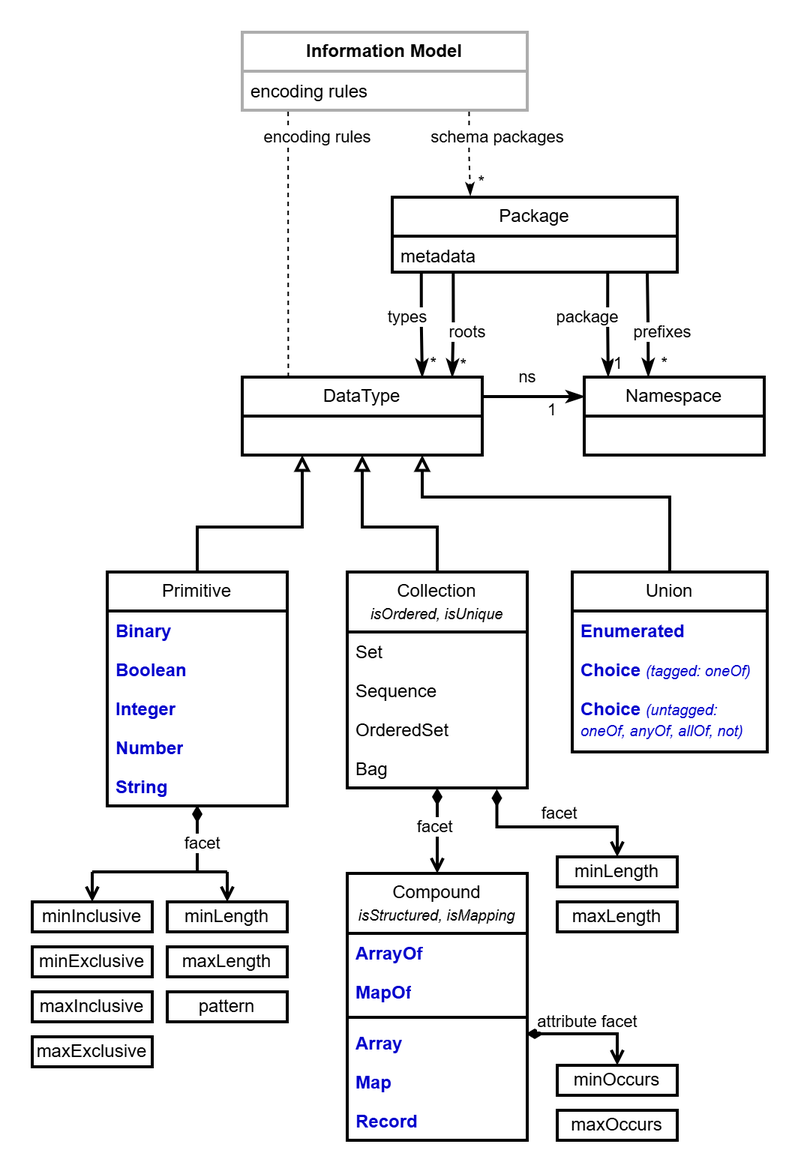
Above: images/im.drawio.png in oasis-tcs/openc2-jadn (draw.io), before the change. Source tidied: cells renumbered, new cells last; positions are measured from the earlier drawing's top-left corner, leaving out a move shared by most shapes.
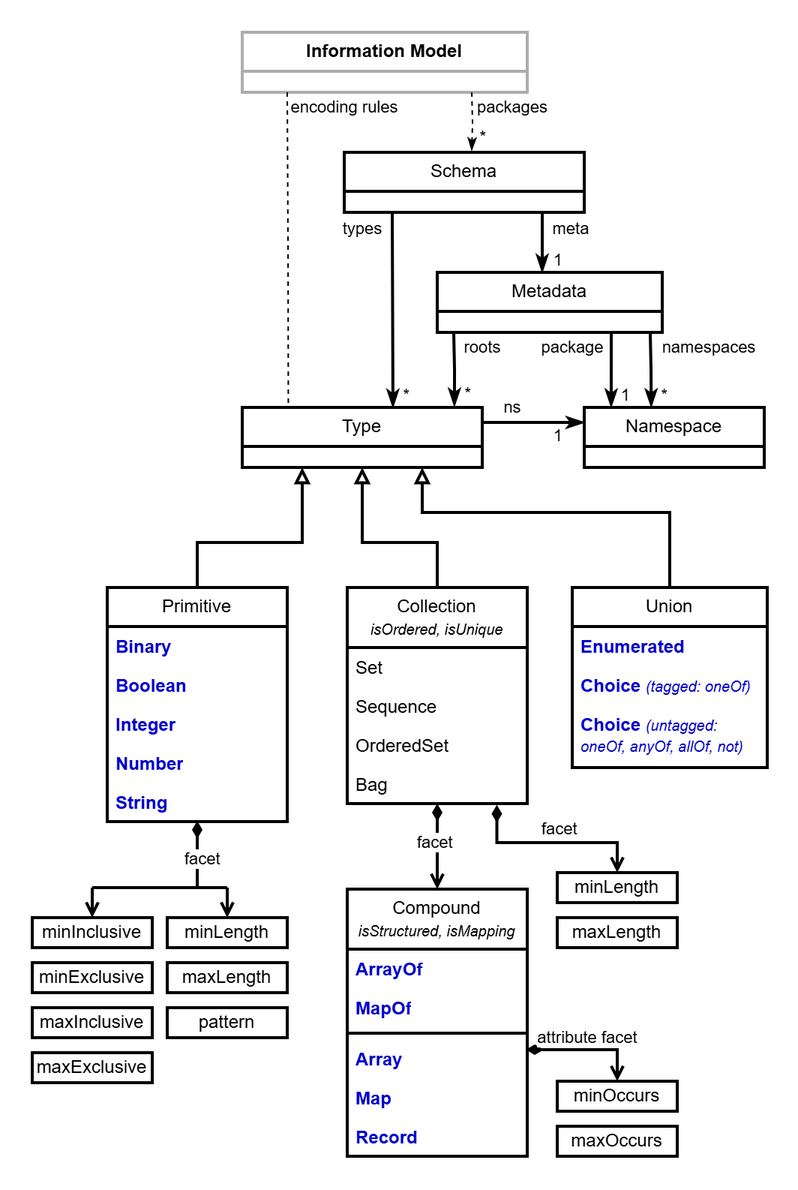
The same file after the commit.

Diff of the diagram source:
```diff
@@ -2,8 +2,8 @@
   <root>
     <mxCell id="0" />
     <mxCell id="1" parent="0" />
-    <mxCell id="2" value="DataType" style="swimlane;fontStyle=0;horizontal=1;startSize=26;fillColor=none;whiteSpace=wrap;html=1;strokeWidth=2;fontFamily=Helvetica;" parent="1" vertex="1">
-      <mxGeometry x="140" y="230" width="160" height="52" as="geometry" />
+    <mxCell id="2" value="Type" style="swimlane;fontStyle=0;horizontal=1;startSize=26;fillColor=none;whiteSpace=wrap;html=1;strokeWidth=2;fontFamily=Helvetica;" parent="1" vertex="1">
+      <mxGeometry x="140" y="240" width="160" height="40" as="geometry" />
     </mxCell>
     <mxCell id="3" value="Union" style="swimlane;fontStyle=0;horizontal=1;startSize=26;fillColor=none;whiteSpace=wrap;html=1;strokeWidth=2;fontFamily=Helvetica;" parent="1" vertex="1">
       <mxGeometry x="360" y="360" width="130" height="120" as="geometry" />
@@ -157,72 +157,81 @@
       </mxGeometry>
     </mxCell>
     <mxCell id="43" value="Namespace" style="swimlane;fontStyle=0;horizontal=1;startSize=26;fillColor=none;whiteSpace=wrap;html=1;strokeWidth=2;fontFamily=Helvetica;" parent="1" vertex="1">
-      <mxGeometry x="368" y="230" width="120" height="52" as="geometry" />
+      <mxGeometry x="368" y="240" width="120" height="40" as="geometry" />
     </mxCell>
-    <mxCell id="44" value="Package" style="swimlane;fontStyle=0;horizontal=1;startSize=26;fillColor=none;whiteSpace=wrap;html=1;strokeWidth=2;fontFamily=Helvetica;" parent="1" vertex="1">
-      <mxGeometry x="240" y="110" width="190" height="50" as="geometry" />
+    <mxCell id="44" value="Metadata" style="swimlane;fontStyle=0;horizontal=1;startSize=26;fillColor=none;whiteSpace=wrap;html=1;strokeWidth=2;fontFamily=Helvetica;" parent="1" vertex="1">
+      <mxGeometry x="270" y="150" width="150" height="40" as="geometry" />
     </mxCell>
-    <mxCell id="45" value="metadata" style="text;strokeColor=none;fillColor=none;align=left;verticalAlign=top;spacingLeft=4;spacingRight=4;overflow=hidden;points=[[0,0.5],[1,0.5]];portConstraint=eastwest;whiteSpace=wrap;html=1;" parent="44" vertex="1">
-      <mxGeometry y="26" width="190" height="24" as="geometry" />
-    </mxCell>
-    <mxCell id="46" value="types" style="endArrow=classicThin;html=1;edgeStyle=orthogonalEdgeStyle;rounded=0;entryX=0.75;entryY=0;entryDx=0;entryDy=0;strokeWidth=2;endSize=6;endFill=1;exitX=0.102;exitY=1.014;exitDx=0;exitDy=0;exitPerimeter=0;" parent="1" edge="1" source="45" target="2">
-      <mxGeometry x="-0.16" y="-9" relative="1" as="geometry" />
+    <mxCell id="46" value="types" style="endArrow=classicThin;html=1;edgeStyle=orthogonalEdgeStyle;rounded=0;entryX=0.628;entryY=0;entryDx=0;entryDy=0;strokeWidth=2;endSize=6;endFill=1;entryPerimeter=0;" parent="1" edge="1" target="2">
+      <mxGeometry x="-0.83" y="-20" relative="1" as="geometry">
+        <mxPoint x="240" y="110" as="sourcePoint" />
+      </mxGeometry>
     </mxCell>
     <mxCell id="47" value="&lt;font style=&quot;font-size: 11px;&quot;&gt;*&lt;/font&gt;" style="edgeLabel;html=1;align=right;verticalAlign=bottom;rotation=0;" parent="46" vertex="1">
       <mxGeometry x="1" relative="1" as="geometry">
-        <mxPoint x="10" as="offset" />
+        <mxPoint x="12" as="offset" />
       </mxGeometry>
     </mxCell>
-    <mxCell id="48" value="ns" style="endArrow=classicThin;html=1;edgeStyle=orthogonalEdgeStyle;rounded=0;strokeWidth=2;endSize=6;endFill=1;exitX=1;exitY=0.25;exitDx=0;exitDy=0;entryX=0;entryY=0.25;entryDx=0;entryDy=0;" parent="1" edge="1" source="2" target="43">
-      <mxGeometry x="-0.12" y="13" relative="1" as="geometry" />
+    <mxCell id="48" value="ns" style="endArrow=classicThin;html=1;edgeStyle=orthogonalEdgeStyle;rounded=0;strokeWidth=2;endSize=6;endFill=1;exitX=1;exitY=0.25;exitDx=0;exitDy=0;entryX=0;entryY=0.25;entryDx=0;entryDy=0;" parent="1" edge="1">
+      <mxGeometry x="-0.41" y="10" relative="1" as="geometry">
+        <mxPoint x="300" y="250" as="sourcePoint" />
+        <mxPoint x="368" y="250" as="targetPoint" />
+      </mxGeometry>
     </mxCell>
     <mxCell id="49" value="1" style="edgeLabel;html=1;align=right;verticalAlign=bottom;rotation=0;" parent="48" vertex="1">
       <mxGeometry x="1" relative="1" as="geometry">
-        <mxPoint x="-18" y="17" as="offset" />
+        <mxPoint x="-14" y="17" as="offset" />
       </mxGeometry>
     </mxCell>
-    <mxCell id="50" value="package" style="endArrow=classicThin;html=1;edgeStyle=orthogonalEdgeStyle;rounded=0;entryX=0.133;entryY=-0.006;entryDx=0;entryDy=0;strokeWidth=2;endSize=6;endFill=1;entryPerimeter=0;exitX=0.756;exitY=1;exitDx=0;exitDy=0;exitPerimeter=0;" parent="1" edge="1" source="45" target="43">
-      <mxGeometry x="-0.14" y="-14" relative="1" as="geometry" />
+    <mxCell id="50" value="package" style="endArrow=classicThin;html=1;edgeStyle=orthogonalEdgeStyle;rounded=0;entryX=0.133;entryY=-0.006;entryDx=0;entryDy=0;strokeWidth=2;endSize=6;endFill=1;entryPerimeter=0;" parent="1" edge="1">
+      <mxGeometry x="-0.6" y="-26" relative="1" as="geometry">
+        <mxPoint x="386" y="190" as="sourcePoint" />
+        <mxPoint x="386" y="239.8" as="targetPoint" />
+      </mxGeometry>
     </mxCell>
     <mxCell id="51" value="&lt;font style=&quot;font-size: 11px;&quot;&gt;1&lt;/font&gt;" style="edgeLabel;html=1;align=right;verticalAlign=bottom;rotation=0;" parent="50" vertex="1">
       <mxGeometry x="1" relative="1" as="geometry">
-        <mxPoint x="10" as="offset" />
+        <mxPoint x="13" as="offset" />
       </mxGeometry>
     </mxCell>
-    <mxCell id="52" value="roots" style="endArrow=classicThin;html=1;edgeStyle=orthogonalEdgeStyle;rounded=0;entryX=0.875;entryY=0;entryDx=0;entryDy=0;strokeWidth=2;endSize=6;endFill=1;entryPerimeter=0;exitX=0.214;exitY=1.042;exitDx=0;exitDy=0;exitPerimeter=0;" parent="1" edge="1" source="45" target="2">
-      <mxGeometry x="0.14" y="10" relative="1" as="geometry" />
+    <mxCell id="52" value="roots" style="endArrow=classicThin;html=1;edgeStyle=orthogonalEdgeStyle;rounded=0;entryX=0.884;entryY=-0.019;entryDx=0;entryDy=0;strokeWidth=2;endSize=6;endFill=1;entryPerimeter=0;" parent="1" edge="1" target="2">
+      <mxGeometry x="-0.58" y="19" relative="1" as="geometry">
+        <mxPoint x="281" y="190" as="sourcePoint" />
+      </mxGeometry>
     </mxCell>
     <mxCell id="53" value="&lt;font style=&quot;font-size: 11px;&quot;&gt;*&lt;/font&gt;" style="edgeLabel;html=1;align=right;verticalAlign=bottom;rotation=0;" parent="52" vertex="1">
       <mxGeometry x="1" relative="1" as="geometry">
-        <mxPoint x="10" as="offset" />
+        <mxPoint x="12" as="offset" />
       </mxGeometry>
     </mxCell>
-    <mxCell id="54" value="prefixes" style="endArrow=classicThin;html=1;edgeStyle=orthogonalEdgeStyle;rounded=0;entryX=0.356;entryY=-0.006;entryDx=0;entryDy=0;strokeWidth=2;endSize=6;endFill=1;entryPerimeter=0;" parent="1" edge="1" target="43">
-      <mxGeometry x="0.17" y="9" relative="1" as="geometry">
-        <mxPoint x="410" y="160" as="sourcePoint" />
+    <mxCell id="54" value="namespaces" style="endArrow=classicThin;html=1;edgeStyle=orthogonalEdgeStyle;rounded=0;entryX=0.372;entryY=-0.008;entryDx=0;entryDy=0;strokeWidth=2;endSize=6;endFill=1;entryPerimeter=0;" parent="1" edge="1" target="43">
+      <mxGeometry x="-0.57" y="38" relative="1" as="geometry">
+        <mxPoint x="412" y="190" as="sourcePoint" />
+        <mxPoint x="1" as="offset" />
       </mxGeometry>
     </mxCell>
     <mxCell id="55" value="&lt;font style=&quot;font-size: 11px;&quot;&gt;*&lt;/font&gt;" style="edgeLabel;html=1;align=right;verticalAlign=bottom;rotation=0;" parent="54" vertex="1">
       <mxGeometry x="1" relative="1" as="geometry">
-        <mxPoint x="14" as="offset" />
+        <mxPoint x="12" as="offset" />
       </mxGeometry>
     </mxCell>
     <mxCell id="56" value="&lt;b&gt;Information Model&lt;/b&gt;" style="swimlane;fontStyle=0;horizontal=1;startSize=26;fillColor=none;whiteSpace=wrap;html=1;strokeWidth=2;fontFamily=Helvetica;strokeColor=#ADADAD;" parent="1" vertex="1">
-      <mxGeometry x="140" width="190" height="52" as="geometry" />
+      <mxGeometry x="140" y="-10" width="190" height="40" as="geometry" />
     </mxCell>
-    <mxCell id="57" value="encoding rules" style="text;strokeColor=none;fillColor=none;align=left;verticalAlign=top;spacingLeft=4;spacingRight=4;overflow=hidden;points=[[0,0.5],[1,0.5]];portConstraint=eastwest;whiteSpace=wrap;html=1;" parent="56" vertex="1">
-      <mxGeometry y="26" width="190" height="26" as="geometry" />
-    </mxCell>
-    <mxCell id="58" value="schema packages" style="endArrow=classicThin;html=1;edgeStyle=orthogonalEdgeStyle;rounded=0;entryX=0.274;entryY=-0.019;entryDx=0;entryDy=0;strokeWidth=1;endSize=6;endFill=1;exitX=0.796;exitY=1.038;exitDx=0;exitDy=0;exitPerimeter=0;entryPerimeter=0;dashed=1;" parent="1" edge="1" source="57" target="44">
-      <mxGeometry x="-0.4" y="19" relative="1" as="geometry" />
+    <mxCell id="58" value="packages" style="endArrow=classicThin;html=1;edgeStyle=orthogonalEdgeStyle;rounded=0;entryX=0.531;entryY=-0.025;entryDx=0;entryDy=0;strokeWidth=1;endSize=6;endFill=1;entryPerimeter=0;dashed=1;" parent="1" edge="1" target="64">
+      <mxGeometry x="-0.46" y="27" relative="1" as="geometry">
+        <mxPoint x="293" y="30" as="sourcePoint" />
+      </mxGeometry>
     </mxCell>
     <mxCell id="59" value="&lt;font style=&quot;font-size: 11px;&quot;&gt;*&lt;/font&gt;" style="edgeLabel;html=1;align=right;verticalAlign=bottom;rotation=0;" parent="58" vertex="1">
       <mxGeometry x="1" relative="1" as="geometry">
         <mxPoint x="10" as="offset" />
       </mxGeometry>
     </mxCell>
-    <mxCell id="60" value="encoding rules" style="endArrow=none;html=1;edgeStyle=orthogonalEdgeStyle;rounded=0;entryX=0.192;entryY=-0.006;entryDx=0;entryDy=0;strokeWidth=1;endSize=6;endFill=0;exitX=0.161;exitY=1.038;exitDx=0;exitDy=0;exitPerimeter=0;entryPerimeter=0;dashed=1;" parent="1" edge="1" source="57" target="2">
-      <mxGeometry x="-0.81" y="19" relative="1" as="geometry" />
+    <mxCell id="60" value="encoding rules" style="endArrow=none;html=1;edgeStyle=orthogonalEdgeStyle;rounded=0;entryX=0.192;entryY=-0.006;entryDx=0;entryDy=0;strokeWidth=1;endSize=6;endFill=0;entryPerimeter=0;dashed=1;" parent="1" edge="1" target="2">
+      <mxGeometry x="-0.9" y="38" relative="1" as="geometry">
+        <mxPoint x="170" y="30" as="sourcePoint" />
+      </mxGeometry>
     </mxCell>
     <mxCell id="61" value="minOccurs" style="html=1;whiteSpace=wrap;strokeWidth=2;fontFamily=Helvetica;" parent="1" vertex="1">
       <mxGeometry x="350" y="689" width="80" height="20" as="geometry" />
@@ -233,5 +242,23 @@
     <mxCell id="63" value="attribute facet" style="edgeStyle=orthogonalEdgeStyle;rounded=0;jettySize=auto;html=1;entryX=0.5;entryY=0;entryDx=0;entryDy=0;exitX=0.992;exitY=0.269;exitDx=0;exitDy=0;exitPerimeter=0;strokeWidth=2;endArrow=open;endFill=0;startArrow=diamondThin;startFill=1;" parent="1" edge="1" source="25" target="61">
       <mxGeometry y="8" relative="1" as="geometry" />
     </mxCell>
+    <mxCell id="64" value="Schema" style="swimlane;fontStyle=0;horizontal=1;startSize=26;fillColor=none;whiteSpace=wrap;html=1;strokeWidth=2;fontFamily=Helvetica;" parent="1" vertex="1">
+      <mxGeometry x="208" y="70" width="160" height="40" as="geometry" />
+    </mxCell>
+    <mxCell id="65" value="meta" style="endArrow=classicThin;html=1;edgeStyle=orthogonalEdgeStyle;rounded=0;strokeWidth=2;endSize=6;endFill=1;" parent="1" edge="1">
+      <mxGeometry x="-0.47" y="19" relative="1" as="geometry">
+        <mxPoint x="340" y="110" as="sourcePoint" />
+        <mxPoint x="340" y="150" as="targetPoint" />
+        <Array as="points">
+          <mxPoint x="340" y="130" />
+          <mxPoint x="340" y="130" />
+        </Array>
+      </mxGeometry>
+    </mxCell>
+    <mxCell id="66" value="&lt;font style=&quot;font-size: 11px;&quot;&gt;1&lt;/font&gt;" style="edgeLabel;html=1;align=right;verticalAlign=bottom;rotation=0;" parent="65" vertex="1">
+      <mxGeometry x="1" relative="1" as="geometry">
+        <mxPoint x="14" as="offset" />
+      </mxGeometry>
+    </mxCell>
   </root>
 </mxGraphModel>
```
